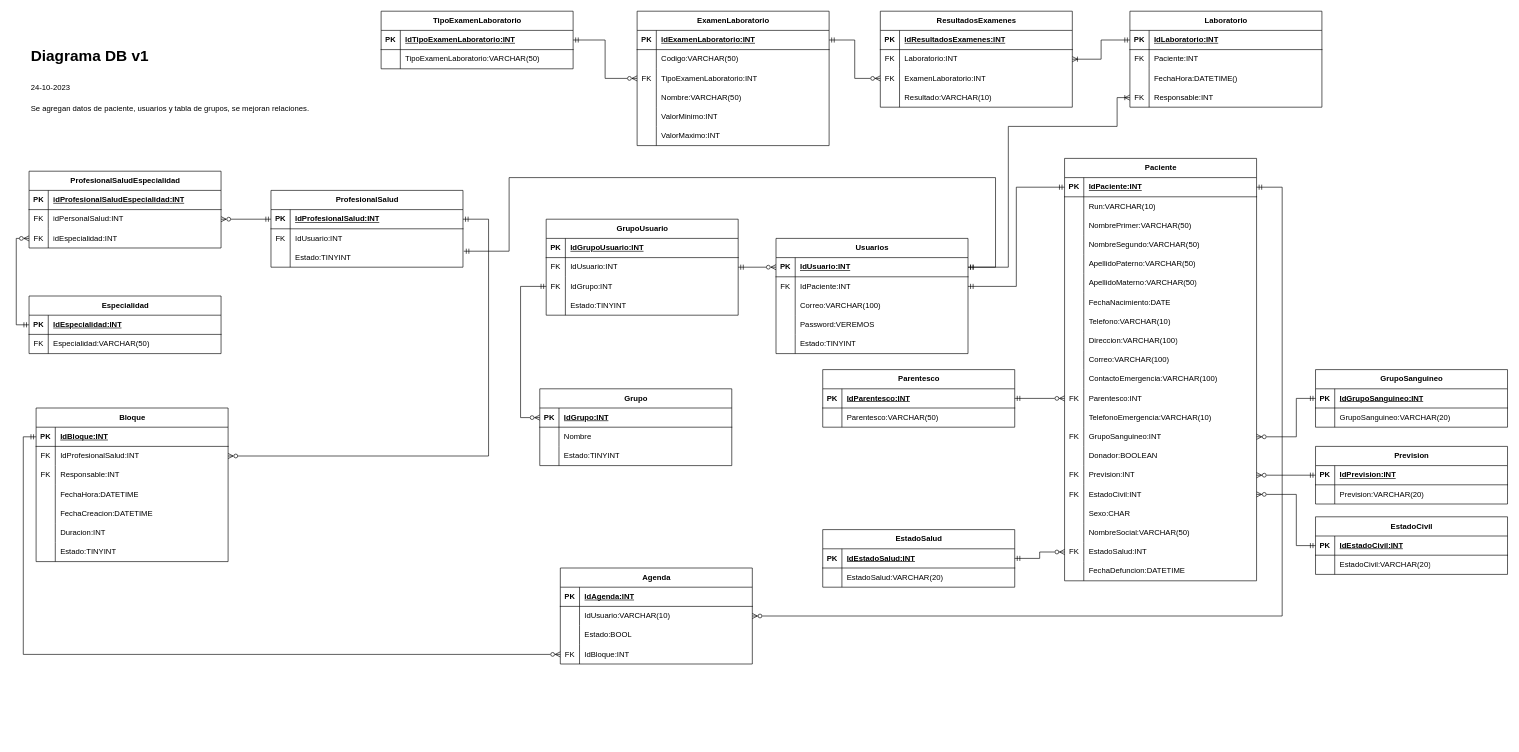
The draw.io diagram DiagramaDB.drawio in JonaNomas/his-diagram, before the edit. Source tidied: cells renumbered, new cells numbered last; positions are measured from the earlier drawing's top-left corner, leaving out a move shared by most shapes. Both pictures are drawn from the tidied source at 64%, with x=0, y=0 at pixel (28, 11).
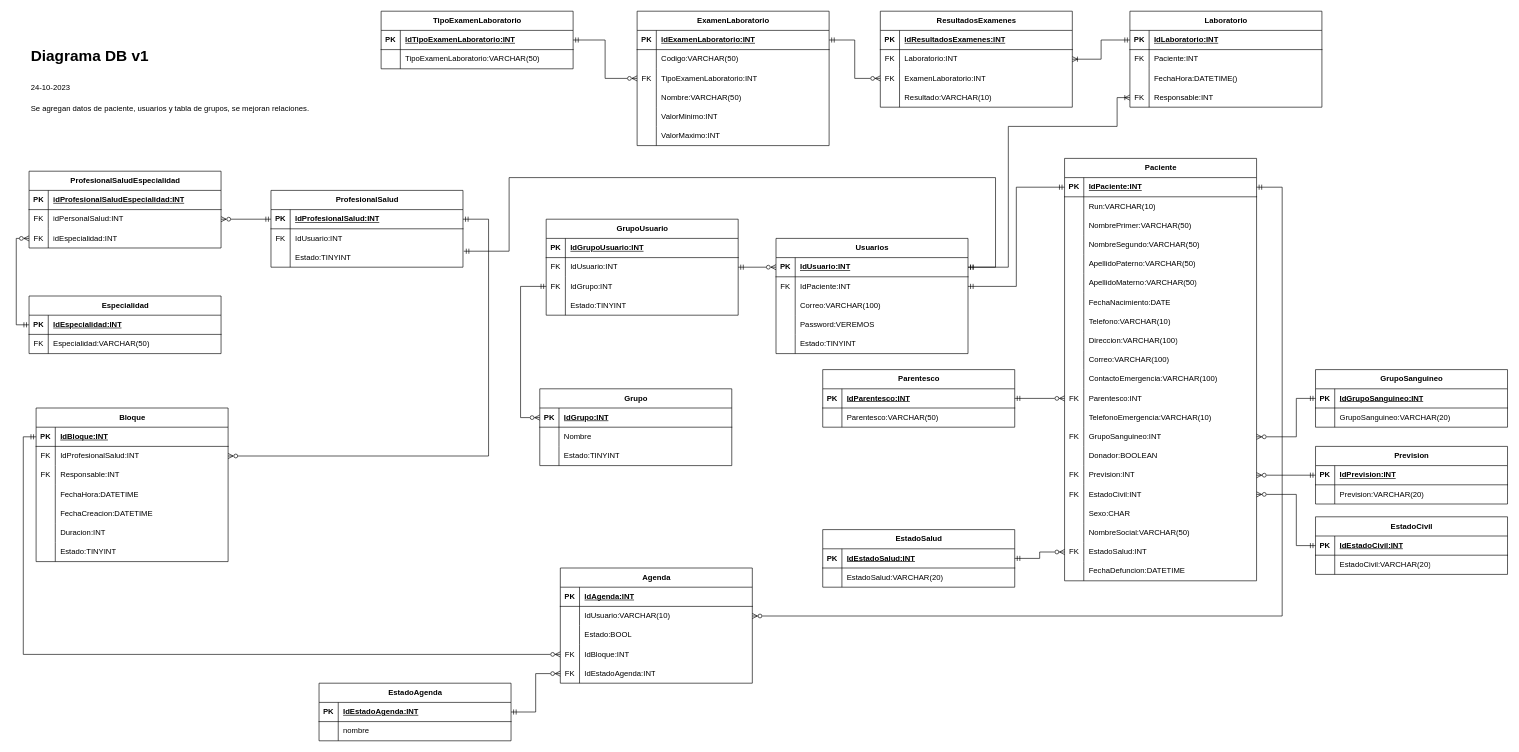
The same diagram, later.

Commit message:
add: Estado agenda

The edit, as a diff of the source:
```diff
@@
     <mxCell id="89" value="Agenda" style="shape=table;startSize=30;childLayout=tableLayout;rowLines=0;fontStyle=1;align=center;html=1;" parent="1" vertex="1">
-      <mxGeometry x="832" y="870" width="300" height="150" as="geometry" />
+      <mxGeometry x="832" y="870" width="300" height="180" as="geometry" />
     </mxCell>
@@
+    <mxCell id="274" style="shape=tableRow;horizontal=0;startSize=0;swimlaneHead=0;swimlaneBody=0;fillColor=none;points=[[0,0.5],[1,0.5]];portConstraint=eastwest;top=0;left=0;right=0;bottom=0;" parent="89" vertex="1">
+      <mxGeometry y="150" width="300" height="30" as="geometry" />
+    </mxCell>
+    <mxCell id="275" value="FK" style="shape=partialRectangle;fillColor=none;top=0;left=0;bottom=0;right=0;overflow=hidden;whiteSpace=wrap;html=1;" parent="274" vertex="1">
+      <mxGeometry width="30" height="30" as="geometry" />
+    </mxCell>
+    <mxCell id="276" value="IdEstadoAgenda:INT" style="shape=partialRectangle;fillColor=none;top=0;left=0;bottom=0;right=0;align=left;spacingLeft=6;overflow=hidden;whiteSpace=wrap;html=1;" parent="274" vertex="1">
+      <mxGeometry x="30" width="270" height="30" as="geometry" />
+    </mxCell>
@@
+    <mxCell id="277" style="edgeStyle=orthogonalEdgeStyle;rounded=0;jettySize=auto;html=1;entryX=0;entryY=0.5;entryDx=0;entryDy=0;endArrow=ERzeroToMany;endFill=0;startArrow=ERmandOne;startFill=0;" parent="1" edge="1" source="278" target="274">
+      <mxGeometry relative="1" as="geometry" />
+    </mxCell>
+    <mxCell id="278" value="EstadoAgenda" style="shape=table;startSize=30;childLayout=tableLayout;rowLines=0;fontStyle=1;align=center;html=1;" parent="1" vertex="1">
+      <mxGeometry x="455" y="1050" width="300" height="90" as="geometry" />
+    </mxCell>
+    <mxCell id="279" style="shape=tableRow;horizontal=0;startSize=0;swimlaneHead=0;swimlaneBody=0;fillColor=none;top=0;left=0;right=0;bottom=1;" parent="278" vertex="1">
+      <mxGeometry y="30" width="300" height="30" as="geometry" />
+    </mxCell>
+    <mxCell id="280" value="PK" style="shape=partialRectangle;fillColor=none;top=0;left=0;bottom=0;right=0;fontStyle=1;overflow=hidden;whiteSpace=wrap;html=1;" parent="279" vertex="1">
+      <mxGeometry width="30" height="30" as="geometry" />
+    </mxCell>
+    <mxCell id="281" value="IdEstadoAgenda:INT" style="shape=partialRectangle;fillColor=none;top=0;left=0;bottom=0;right=0;align=left;spacingLeft=6;fontStyle=5;overflow=hidden;whiteSpace=wrap;html=1;" parent="279" vertex="1">
+      <mxGeometry x="30" width="270" height="30" as="geometry" />
+    </mxCell>
+    <mxCell id="282" style="shape=tableRow;horizontal=0;startSize=0;swimlaneHead=0;swimlaneBody=0;fillColor=none;top=0;left=0;right=0;bottom=0;" parent="278" vertex="1">
+      <mxGeometry y="60" width="300" height="30" as="geometry" />
+    </mxCell>
+    <mxCell id="283" style="shape=partialRectangle;fillColor=none;top=0;left=0;bottom=0;right=0;overflow=hidden;whiteSpace=wrap;html=1;" parent="282" vertex="1">
+      <mxGeometry width="30" height="30" as="geometry" />
+    </mxCell>
+    <mxCell id="284" value="nombre" style="shape=partialRectangle;fillColor=none;top=0;left=0;bottom=0;right=0;align=left;spacingLeft=6;overflow=hidden;whiteSpace=wrap;html=1;" parent="282" vertex="1">
+      <mxGeometry x="30" width="270" height="30" as="geometry" />
+    </mxCell>
```
